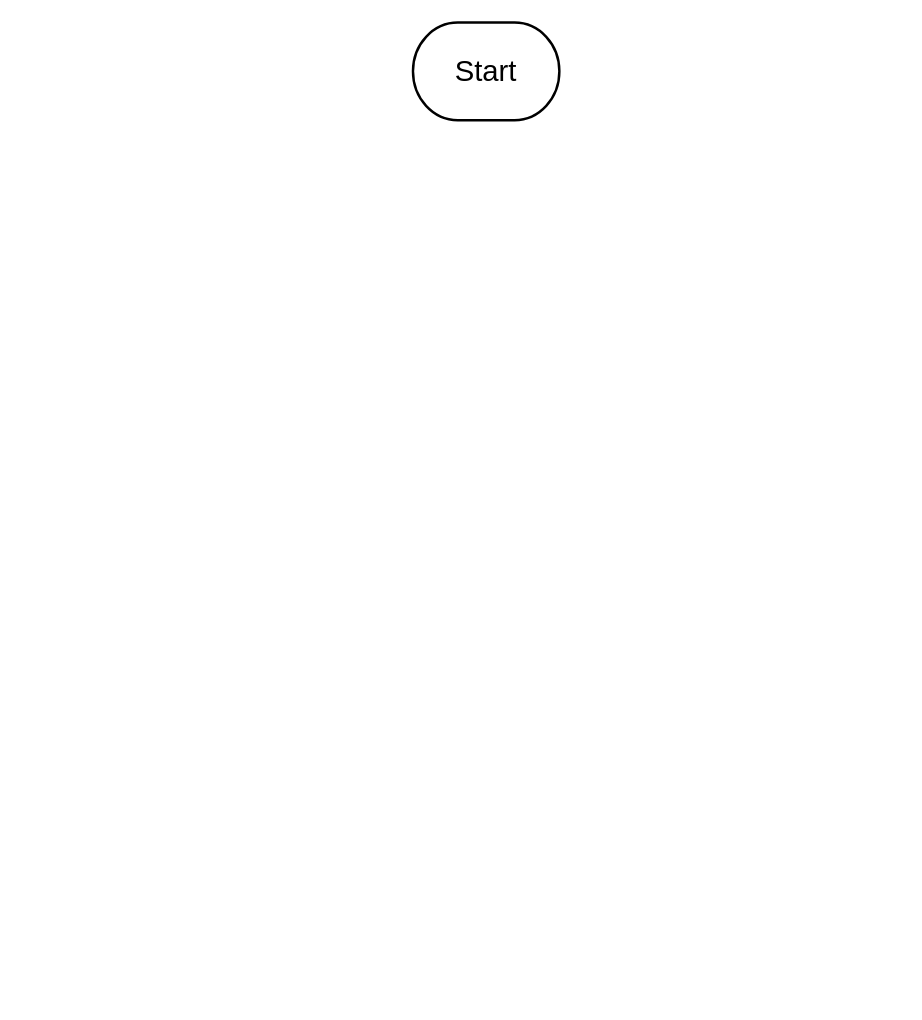
kalgory/210119_Island-Connect_JHM keeps this draw.io diagram as page "kruskal" (1 of 2) of island connect.drawio. Above is the earlier version. Source tidied: cells renumbered, new cells numbered last; positions are measured from the earlier drawing's top-left corner, leaving out a move shared by most shapes. Both pictures are drawn from the tidied source at 122%, with x=0, y=0 at pixel (412, 22).
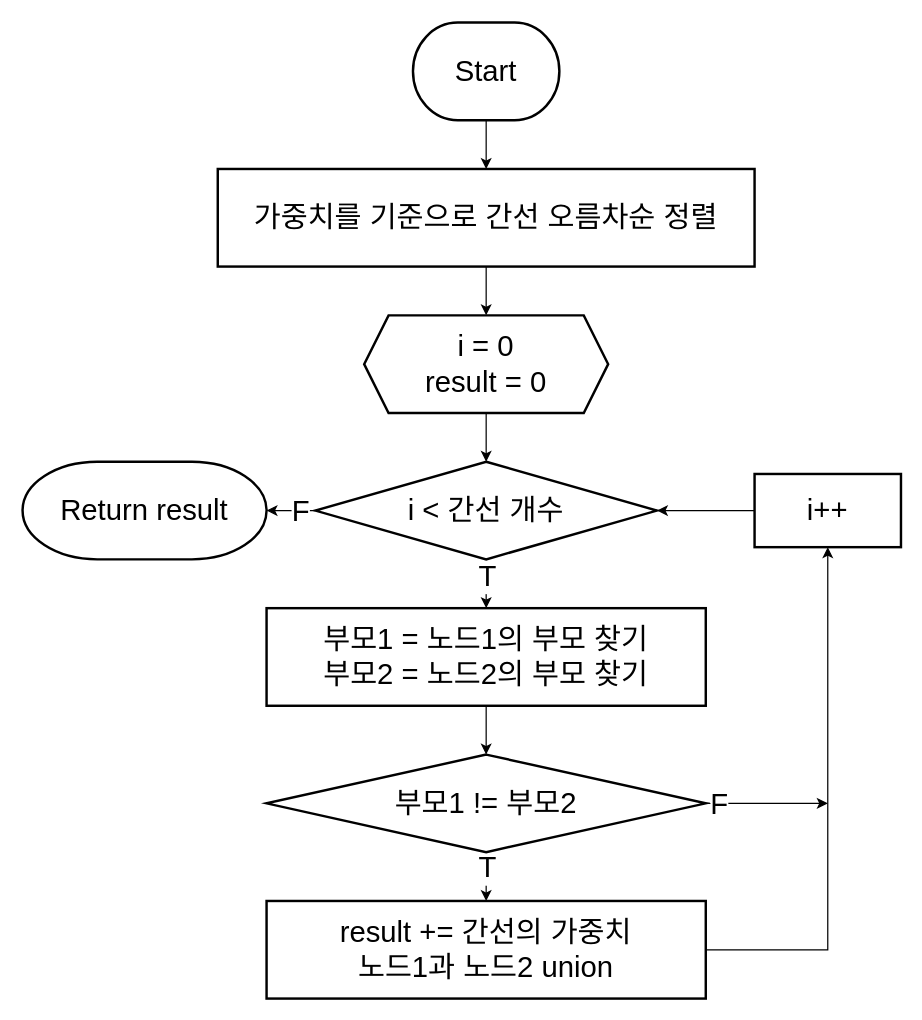
The same page after the edit.

Commit message (it also covers changes not shown here):
Complete with kruskal algorithm

What changed in the source:
```diff
@@
+    <mxCell id="3" style="edgeStyle=orthogonalEdgeStyle;rounded=0;jettySize=auto;html=1;fontSize=24;" parent="1" edge="1" source="2" target="5">
+      <mxGeometry relative="1" as="geometry" />
+    </mxCell>
-    <mxCell id="2" value="&lt;font style=&quot;font-size: 24px&quot;&gt;Start&lt;/font&gt;" style="strokeWidth=2;html=1;shape=mxgraph.flowchart.terminator;whiteSpace=wrap;" parent="1" vertex="1">
+    <mxCell id="2" value="&lt;font style=&quot;font-size: 24px&quot;&gt;Start&lt;/font&gt;" style="strokeWidth=2;html=1;shape=mxgraph.flowchart.terminator;whiteSpace=wrap;fontSize=24;" parent="1" vertex="1">
       <mxGeometry width="120" height="80" as="geometry" />
     </mxCell>
+    <mxCell id="4" style="edgeStyle=orthogonalEdgeStyle;rounded=0;jettySize=auto;html=1;fontSize=24;" parent="1" edge="1" source="5" target="7">
+      <mxGeometry relative="1" as="geometry" />
+    </mxCell>
+    <mxCell id="5" value="&lt;span style=&quot;font-size: 24px&quot;&gt;가중치를 기준으로 간선 오름차순 정렬&lt;/span&gt;" style="whiteSpace=wrap;html=1;strokeWidth=2;fontSize=24;" parent="1" vertex="1">
+      <mxGeometry x="-160" y="120" width="440" height="80" as="geometry" />
+    </mxCell>
+    <mxCell id="6" style="edgeStyle=orthogonalEdgeStyle;rounded=0;jettySize=auto;html=1;fontSize=24;" parent="1" edge="1" source="7" target="12">
+      <mxGeometry relative="1" as="geometry" />
+    </mxCell>
+    <mxCell id="7" value="&lt;font style=&quot;font-size: 24px&quot;&gt;i = 0&lt;br style=&quot;font-size: 24px;&quot;&gt;result = 0&lt;br style=&quot;font-size: 24px;&quot;&gt;&lt;/font&gt;" style="shape=hexagon;perimeter=hexagonPerimeter2;whiteSpace=wrap;html=1;fixedSize=1;strokeWidth=2;fontSize=24;" parent="1" vertex="1">
+      <mxGeometry x="-40" y="240" width="200" height="80" as="geometry" />
+    </mxCell>
+    <mxCell id="8" style="edgeStyle=orthogonalEdgeStyle;rounded=0;jettySize=auto;html=1;fontSize=24;" parent="1" edge="1" source="12" target="14">
+      <mxGeometry relative="1" as="geometry" />
+    </mxCell>
+    <mxCell id="9" value="T" style="edgeLabel;html=1;align=center;verticalAlign=middle;fontSize=24;" parent="8" vertex="1">
+      <mxGeometry x="-0.36" relative="1" as="geometry" />
+    </mxCell>
+    <mxCell id="10" style="edgeStyle=orthogonalEdgeStyle;rounded=0;jettySize=auto;html=1;fontSize=24;" parent="1" edge="1" source="12" target="15">
+      <mxGeometry relative="1" as="geometry" />
+    </mxCell>
+    <mxCell id="11" value="F" style="edgeLabel;html=1;align=center;verticalAlign=middle;fontSize=24;" parent="10" vertex="1">
+      <mxGeometry x="-0.36" y="-4" relative="1" as="geometry">
+        <mxPoint y="4" as="offset" />
+      </mxGeometry>
+    </mxCell>
+    <mxCell id="12" value="&lt;font style=&quot;font-size: 24px&quot;&gt;i &amp;lt; 간선 개수&lt;/font&gt;" style="rhombus;whiteSpace=wrap;html=1;strokeWidth=2;fontSize=24;" parent="1" vertex="1">
+      <mxGeometry x="-80" y="360" width="280" height="80" as="geometry" />
+    </mxCell>
+    <mxCell id="13" style="edgeStyle=orthogonalEdgeStyle;rounded=0;jettySize=auto;html=1;fontSize=24;" parent="1" edge="1" source="14" target="20">
+      <mxGeometry relative="1" as="geometry" />
+    </mxCell>
+    <mxCell id="14" value="&lt;font style=&quot;font-size: 24px&quot;&gt;부모1 = 노드1의 부모 찾기&lt;br style=&quot;font-size: 24px;&quot;&gt;부모2 = 노드2의 부모 찾기&lt;/font&gt;" style="whiteSpace=wrap;html=1;strokeWidth=2;fontSize=24;" parent="1" vertex="1">
+      <mxGeometry x="-120" y="480" width="360" height="80" as="geometry" />
+    </mxCell>
+    <mxCell id="15" value="&lt;font style=&quot;font-size: 24px&quot;&gt;Return result&lt;/font&gt;" style="strokeWidth=2;html=1;shape=mxgraph.flowchart.terminator;whiteSpace=wrap;fontSize=24;" parent="1" vertex="1">
+      <mxGeometry x="-320" y="360" width="200" height="80" as="geometry" />
+    </mxCell>
+    <mxCell id="16" style="edgeStyle=orthogonalEdgeStyle;rounded=0;jettySize=auto;html=1;fontSize=24;" parent="1" edge="1" source="20" target="22">
+      <mxGeometry relative="1" as="geometry" />
+    </mxCell>
+    <mxCell id="17" value="T" style="edgeLabel;html=1;align=center;verticalAlign=middle;fontSize=24;" parent="16" vertex="1">
+      <mxGeometry x="-0.4" y="1" relative="1" as="geometry">
+        <mxPoint x="-1" as="offset" />
+      </mxGeometry>
+    </mxCell>
+    <mxCell id="18" style="edgeStyle=orthogonalEdgeStyle;rounded=0;jettySize=auto;html=1;fontSize=24;" parent="1" edge="1" source="20">
+      <mxGeometry relative="1" as="geometry">
+        <mxPoint x="340" y="640" as="targetPoint" />
+      </mxGeometry>
+    </mxCell>
+    <mxCell id="19" value="F" style="edgeLabel;html=1;align=center;verticalAlign=middle;fontSize=24;" parent="18" vertex="1">
+      <mxGeometry x="-0.51" relative="1" as="geometry">
+        <mxPoint x="-15" as="offset" />
+      </mxGeometry>
+    </mxCell>
+    <mxCell id="20" value="부모1 != 부모2" style="rhombus;whiteSpace=wrap;html=1;strokeWidth=2;fontSize=24;" parent="1" vertex="1">
+      <mxGeometry x="-120" y="600" width="360" height="80" as="geometry" />
+    </mxCell>
+    <mxCell id="21" style="edgeStyle=orthogonalEdgeStyle;rounded=0;jettySize=auto;html=1;entryX=0.5;entryY=1;entryDx=0;entryDy=0;fontSize=24;" parent="1" edge="1" source="22" target="24">
+      <mxGeometry relative="1" as="geometry" />
+    </mxCell>
+    <mxCell id="22" value="result += 간선의 가중치&lt;br&gt;노드1과 노드2 union" style="whiteSpace=wrap;html=1;fontSize=24;strokeWidth=2;" parent="1" vertex="1">
+      <mxGeometry x="-120" y="720" width="360" height="80" as="geometry" />
+    </mxCell>
+    <mxCell id="23" style="edgeStyle=orthogonalEdgeStyle;rounded=0;jettySize=auto;html=1;fontSize=24;" parent="1" edge="1" source="24" target="12">
+      <mxGeometry relative="1" as="geometry" />
+    </mxCell>
+    <mxCell id="24" value="i++" style="whiteSpace=wrap;html=1;fontSize=24;strokeWidth=2;" parent="1" vertex="1">
+      <mxGeometry x="280" y="370" width="120" height="60" as="geometry" />
+    </mxCell>
```
